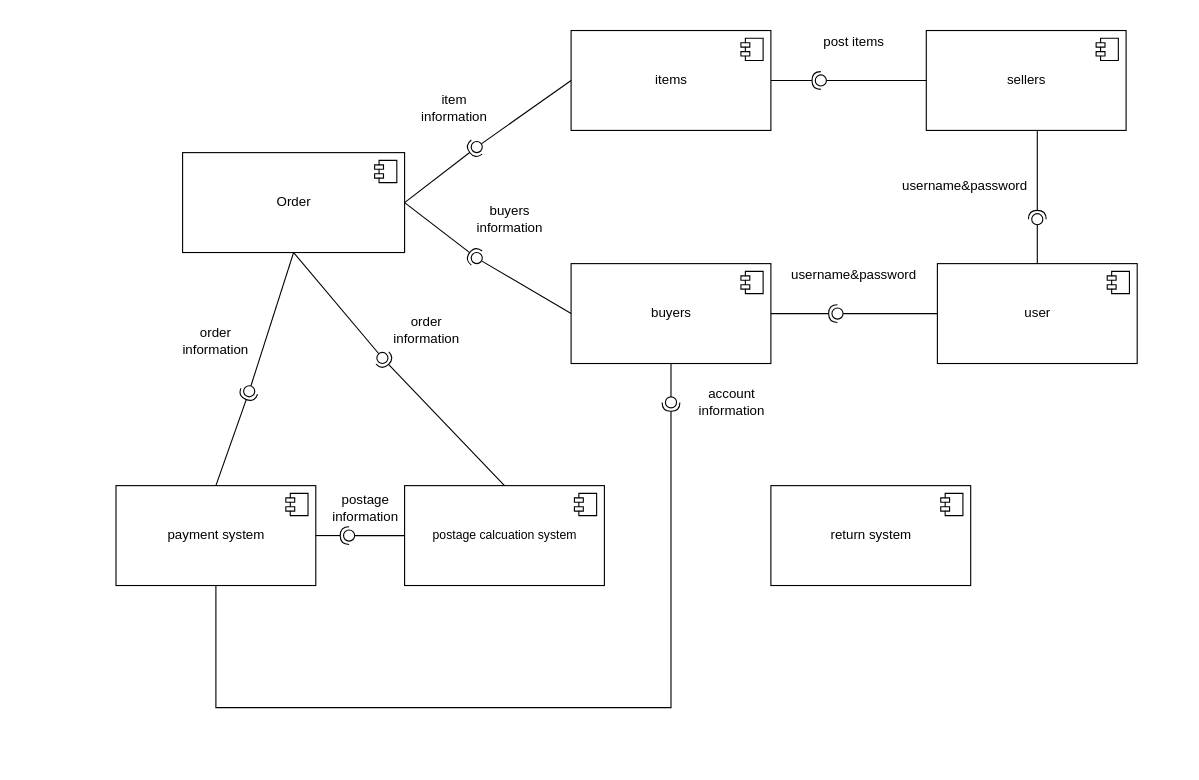
Above: component.drawio in impulseoy/learnGit (draw.io), before the change. Source tidied: cells renumbered, new cells numbered last; positions are measured from the earlier drawing's top-left corner, leaving out a move shared by most shapes. Both pictures are drawn from the tidied source at 111%, with x=0, y=0 at pixel (115, 19).
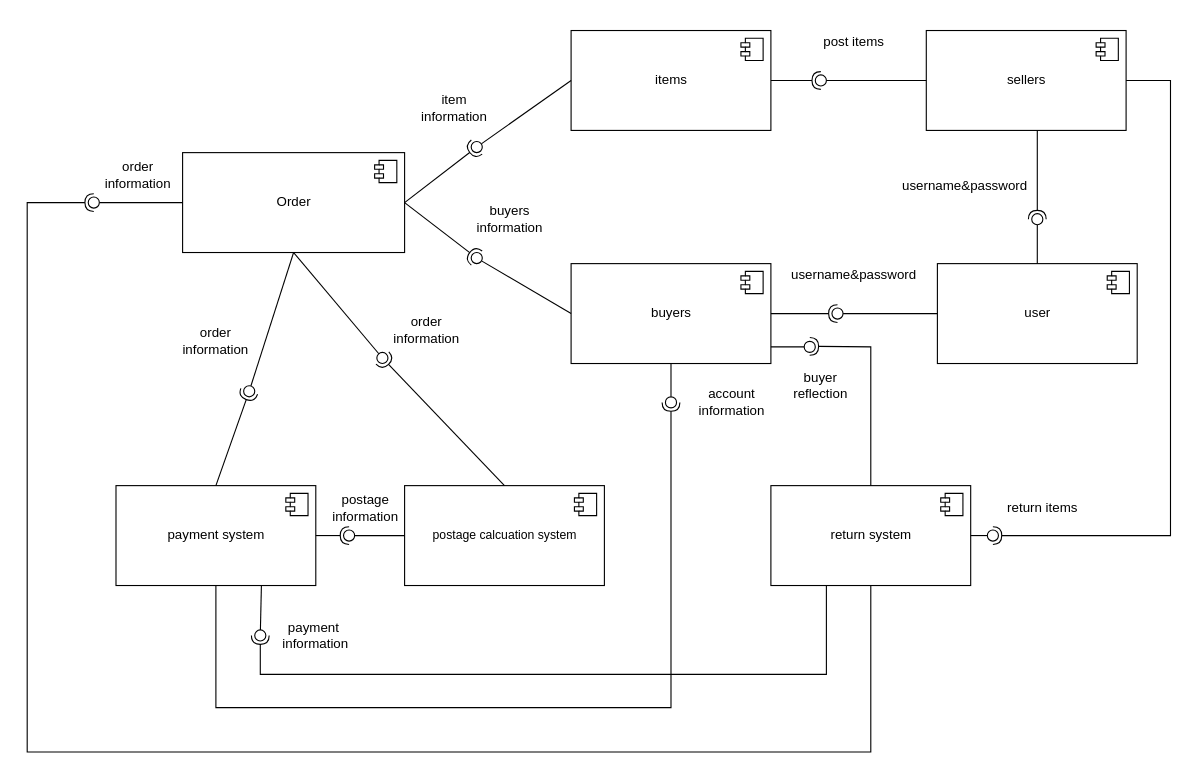
The same page after the edit.

Unchanged cells that the change refers to:
```xml
<mxCell id="2" value="Order" style="html=1;" parent="1" vertex="1">
  <mxGeometry x="60" y="120" width="200" height="90" as="geometry" />
</mxCell>
<mxCell id="14" value="sellers" style="html=1;" parent="1" vertex="1">
  <mxGeometry x="730" y="10" width="180" height="90" as="geometry" />
</mxCell>
<mxCell id="52" value="return system" style="html=1;" parent="1" vertex="1">
  <mxGeometry x="590" y="420" width="180" height="90" as="geometry" />
</mxCell>
```

What changed in the source:
```diff
@@
+    <mxCell id="54" style="rounded=0;jettySize=auto;html=1;endArrow=none;endFill=0;exitX=0;exitY=0.5;exitDx=0;exitDy=0;" parent="1" edge="1" source="2" target="56">
+      <mxGeometry relative="1" as="geometry" />
+    </mxCell>
+    <mxCell id="55" style="rounded=0;jettySize=auto;html=1;endArrow=halfCircle;endFill=0;entryX=0.5;entryY=0.5;entryDx=0;entryDy=0;endSize=6;strokeWidth=1;exitX=0.5;exitY=1;exitDx=0;exitDy=0;" parent="1" edge="1" source="52" target="56">
+      <mxGeometry relative="1" as="geometry">
+        <Array as="points">
+          <mxPoint x="680" y="660" />
+          <mxPoint x="-80" y="660" />
+          <mxPoint x="-80" y="165" />
+        </Array>
+      </mxGeometry>
+    </mxCell>
+    <mxCell id="56" style="ellipse;whiteSpace=wrap;html=1;fontFamily=Helvetica;fontSize=12;fontColor=#000000;align=center;strokeColor=#000000;fillColor=#ffffff;points=[];" parent="1" vertex="1">
+      <mxGeometry x="-25" y="160" width="10" height="10" as="geometry" />
+    </mxCell>
+    <mxCell id="57" value="order information" style="text;html=1;strokeColor=none;fillColor=none;align=center;verticalAlign=middle;whiteSpace=wrap;rounded=0;" parent="1" vertex="1">
+      <mxGeometry x="-15" y="120" width="70" height="40" as="geometry" />
+    </mxCell>
+    <mxCell id="58" value="buyer reflection" style="text;html=1;strokeColor=none;fillColor=none;align=center;verticalAlign=middle;whiteSpace=wrap;rounded=0;" parent="1" vertex="1">
+      <mxGeometry x="600" y="310" width="70" height="40" as="geometry" />
+    </mxCell>
+    <mxCell id="59" style="rounded=0;jettySize=auto;html=1;endArrow=none;endFill=0;" parent="1" edge="1" target="61">
+      <mxGeometry relative="1" as="geometry">
+        <mxPoint x="590" y="295" as="sourcePoint" />
+      </mxGeometry>
+    </mxCell>
+    <mxCell id="60" style="rounded=0;jettySize=auto;html=1;endArrow=halfCircle;endFill=0;endSize=6;strokeWidth=1;exitX=0.5;exitY=0;exitDx=0;exitDy=0;" parent="1" edge="1" source="52">
+      <mxGeometry relative="1" as="geometry">
+        <mxPoint x="625" y="294.5" as="targetPoint" />
+        <Array as="points">
+          <mxPoint x="680" y="295" />
+        </Array>
+      </mxGeometry>
+    </mxCell>
+    <mxCell id="61" style="ellipse;whiteSpace=wrap;html=1;fontFamily=Helvetica;fontSize=12;fontColor=#000000;align=center;strokeColor=#000000;fillColor=#ffffff;points=[];" parent="1" vertex="1">
+      <mxGeometry x="620" y="290" width="10" height="10" as="geometry" />
+    </mxCell>
+    <mxCell id="62" style="rounded=0;jettySize=auto;html=1;endArrow=none;endFill=0;" parent="1" edge="1" target="64">
+      <mxGeometry relative="1" as="geometry">
+        <mxPoint x="770" y="465" as="sourcePoint" />
+      </mxGeometry>
+    </mxCell>
+    <mxCell id="63" style="rounded=0;jettySize=auto;html=1;endArrow=halfCircle;endFill=0;entryX=0.5;entryY=0.5;entryDx=0;entryDy=0;endSize=6;strokeWidth=1;exitX=1;exitY=0.5;exitDx=0;exitDy=0;" parent="1" edge="1" source="14" target="64">
+      <mxGeometry relative="1" as="geometry">
+        <Array as="points">
+          <mxPoint x="950" y="55" />
+          <mxPoint x="950" y="465" />
+        </Array>
+      </mxGeometry>
+    </mxCell>
+    <mxCell id="64" style="ellipse;whiteSpace=wrap;html=1;fontFamily=Helvetica;fontSize=12;fontColor=#000000;align=center;strokeColor=#000000;fillColor=#ffffff;points=[];" parent="1" vertex="1">
+      <mxGeometry x="785" y="460" width="10" height="10" as="geometry" />
+    </mxCell>
+    <mxCell id="65" value="return items" style="text;html=1;strokeColor=none;fillColor=none;align=center;verticalAlign=middle;whiteSpace=wrap;rounded=0;" parent="1" vertex="1">
+      <mxGeometry x="800" y="420" width="70" height="40" as="geometry" />
+    </mxCell>
+    <mxCell id="66" style="rounded=0;jettySize=auto;html=1;endArrow=none;endFill=0;" parent="1" edge="1" target="68">
+      <mxGeometry relative="1" as="geometry">
+        <mxPoint x="131" y="510" as="sourcePoint" />
+      </mxGeometry>
+    </mxCell>
+    <mxCell id="67" style="rounded=0;jettySize=auto;html=1;endArrow=halfCircle;endFill=0;entryX=0.5;entryY=0.5;entryDx=0;entryDy=0;endSize=6;strokeWidth=1;" parent="1" edge="1" target="68">
+      <mxGeometry relative="1" as="geometry">
+        <mxPoint x="640" y="510" as="sourcePoint" />
+        <Array as="points">
+          <mxPoint x="640" y="590" />
+          <mxPoint x="130" y="590" />
+        </Array>
+      </mxGeometry>
+    </mxCell>
+    <mxCell id="68" style="ellipse;whiteSpace=wrap;html=1;fontFamily=Helvetica;fontSize=12;fontColor=#000000;align=center;strokeColor=#000000;fillColor=#ffffff;points=[];" parent="1" vertex="1">
+      <mxGeometry x="125" y="550" width="10" height="10" as="geometry" />
+    </mxCell>
+    <mxCell id="69" value="payment&amp;nbsp; information" style="text;html=1;strokeColor=none;fillColor=none;align=center;verticalAlign=middle;whiteSpace=wrap;rounded=0;" parent="1" vertex="1">
+      <mxGeometry x="145" y="535" width="70" height="40" as="geometry" />
+    </mxCell>
```
